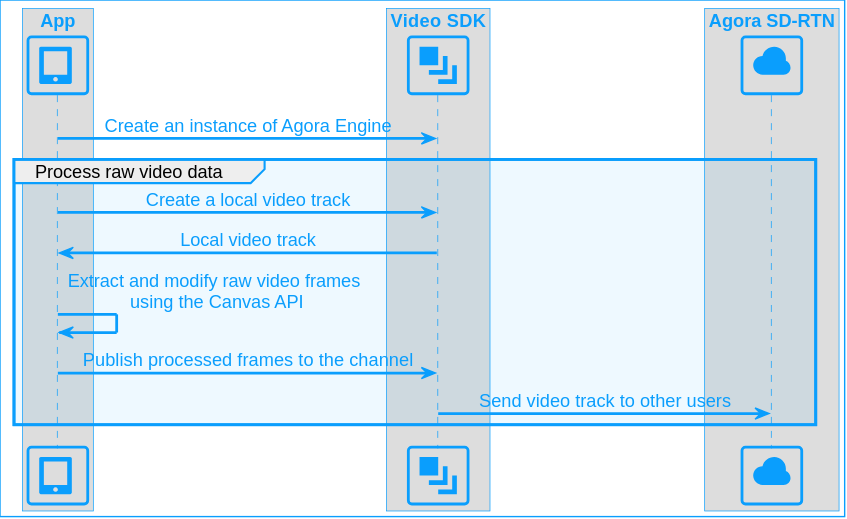
Before: assets/images/video-sdk/process-raw-video-web.svg, a diagram exported from PlantUML (AgoraIO/Docs-Source). Source of this version:
```plantuml
@startuml
!include agora_skin.iuml

box "App"
participant "<size:40><&tablet>" as APP
end box

box "Video SDK"
participant "<size:40><&layers>" as SDK
end box

box "Agora SD-RTN"
participant "<size:40><&cloud>" as RTN
end box

APP -> SDK: Create an instance of Agora Engine

group Process raw video data
APP -> SDK: Create a local video track
SDK -> APP: Local video track
APP -> APP: Extract and modify raw video frames\n using the Canvas API
APP -> SDK: Publish processed frames to the channel
SDK -> RTN: Send video track to other users
end
@enduml
```
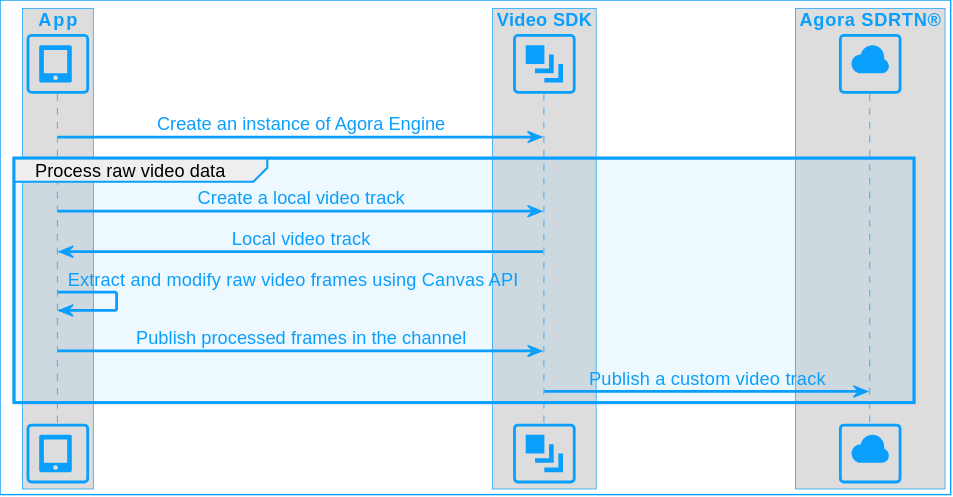
The same diagram one commit later.

Change to the diagram source:
```diff
@@ -9,7 +9,7 @@
 participant "<size:40><&layers>" as SDK
 end box
 
-box "Agora SD-RTN"
+box "Agora SDRTN®"
 participant "<size:40><&cloud>" as RTN
 end box
 
@@ -18,8 +18,8 @@
 group Process raw video data
 APP -> SDK: Create a local video track
 SDK -> APP: Local video track
-APP -> APP: Extract and modify raw video frames\n using the Canvas API
-APP -> SDK: Publish processed frames to the channel
-SDK -> RTN: Send video track to other users
+APP -> APP: Extract and modify raw video frames using Canvas API
+APP -> SDK: Publish processed frames in the channel
+SDK -> RTN: Publish a custom video track
 end
 @enduml
```
